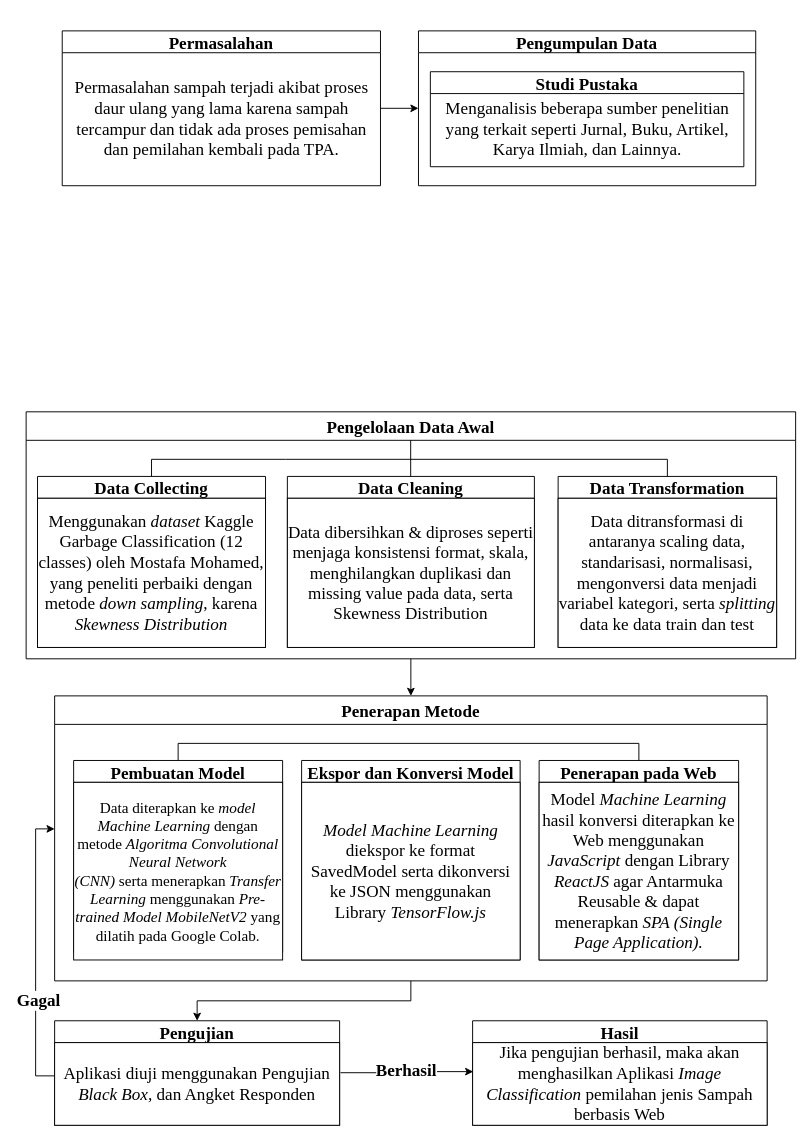
Earlier version of the draw.io diagram Copy of Copy of Copy of Copy of Copy of mindmap.drawio (virgiawankusuma/drawio-archive-skripsi). Source tidied: cells renumbered, new cells numbered last; positions are measured from the earlier drawing's top-left corner, leaving out a move shared by most shapes. Both pictures are drawn from the tidied source at 95%, with x=0, y=0 at pixel (26, 30).
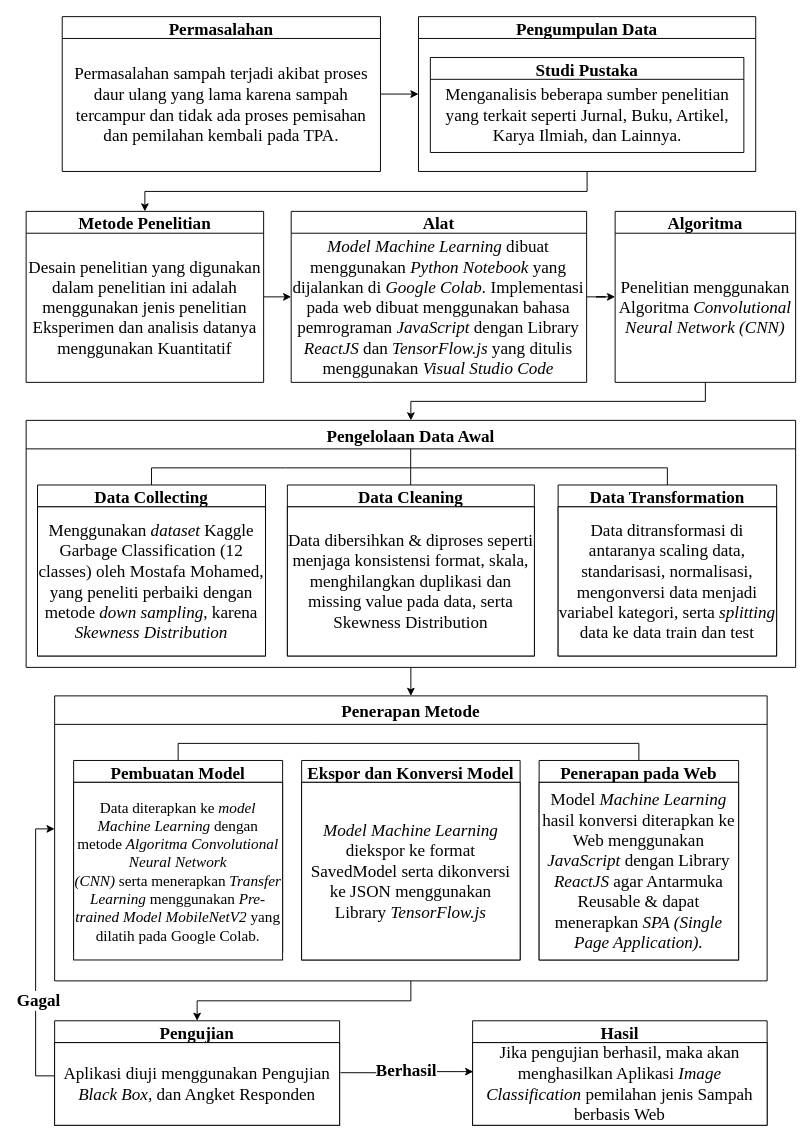
The same diagram, later.

Change to the diagram source:
```diff
@@
     <mxCell id="3" value="Pengelolaan Data Awal" style="swimlane;fontFamily=Times New Roman;fontSize=18;startSize=30;" parent="1" vertex="1">
-      <mxGeometry y="401" width="810" height="260" as="geometry" />
+      <mxGeometry y="410" width="810" height="260" as="geometry" />
     </mxCell>
@@
     <mxCell id="29" value="Permasalahan" style="swimlane;fontFamily=Times New Roman;fontSize=18;" parent="1" vertex="1">
-      <mxGeometry x="38" width="335" height="163" as="geometry" />
+      <mxGeometry x="38" y="-15" width="335" height="163" as="geometry" />
     </mxCell>
     <mxCell id="30" value="Permasalahan sampah terjadi akibat proses daur ulang yang lama karena sampah tercampur dan tidak ada proses pemisahan dan pemilahan kembali pada TPA." style="text;whiteSpace=wrap;html=1;fontSize=18;fontFamily=Times New Roman;align=center;verticalAlign=middle;" parent="29" vertex="1">
-      <mxGeometry x="3" y="23" width="330" height="140" as="geometry" />
+      <mxGeometry y="23" width="335" height="140" as="geometry" />
     </mxCell>
+    <mxCell id="34" style="edgeStyle=orthogonalEdgeStyle;rounded=0;jettySize=auto;html=1;exitX=0.5;exitY=1;exitDx=0;exitDy=0;entryX=0.5;entryY=0;entryDx=0;entryDy=0;fontFamily=Times New Roman;fontSize=18;" parent="1" edge="1" source="31" target="36">
+      <mxGeometry relative="1" as="geometry" />
+    </mxCell>
     <mxCell id="31" value="Pengumpulan Data" style="swimlane;fontFamily=Times New Roman;fontSize=18;" parent="1" vertex="1">
-      <mxGeometry x="413" width="355" height="163" as="geometry" />
+      <mxGeometry x="413" y="-15" width="355" height="163" as="geometry" />
     </mxCell>
@@
+    <mxCell id="35" style="edgeStyle=orthogonalEdgeStyle;rounded=0;jettySize=auto;html=1;exitX=1;exitY=0.5;exitDx=0;exitDy=0;entryX=0;entryY=0.5;entryDx=0;entryDy=0;fontFamily=Times New Roman;fontSize=18;" parent="1" edge="1" source="36" target="39">
+      <mxGeometry relative="1" as="geometry" />
+    </mxCell>
+    <mxCell id="36" value="Metode Penelitian" style="swimlane;fontFamily=Times New Roman;fontSize=18;" parent="1" vertex="1">
+      <mxGeometry y="190" width="250" height="180" as="geometry" />
+    </mxCell>
+    <mxCell id="37" value="Desain penelitian yang digunakan dalam penelitian ini adalah menggunakan jenis penelitian Eksperimen dan analisis datanya menggunakan Kuantitatif" style="text;whiteSpace=wrap;html=1;fontSize=18;fontFamily=Times New Roman;align=center;verticalAlign=middle;" parent="36" vertex="1">
+      <mxGeometry y="23" width="250" height="157" as="geometry" />
+    </mxCell>
+    <mxCell id="38" style="edgeStyle=orthogonalEdgeStyle;rounded=0;jettySize=auto;html=1;entryX=0;entryY=0.5;entryDx=0;entryDy=0;fontFamily=Times New Roman;fontSize=18;" parent="1" edge="1" source="39" target="41">
+      <mxGeometry relative="1" as="geometry" />
+    </mxCell>
+    <mxCell id="39" value="Alat" style="swimlane;fontFamily=Times New Roman;fontSize=18;" parent="1" vertex="1">
+      <mxGeometry x="279" y="190" width="311" height="180" as="geometry" />
+    </mxCell>
+    <mxCell id="40" value="&lt;i&gt;&lt;span&gt;Model Machine Learning&lt;/span&gt;&lt;/i&gt;&lt;span&gt; dibuat menggunakan &lt;i&gt;Python&lt;/i&gt; &lt;i&gt;Notebook&lt;/i&gt; yang dijalankan di &lt;i&gt;Google Colab.&amp;nbsp;&lt;/i&gt;&lt;/span&gt;Implementasi pada web dibuat menggunakan bahasa pemrograman &lt;i&gt;JavaScript &lt;/i&gt;dengan Library &lt;i&gt;ReactJS &lt;/i&gt;dan &lt;i&gt;TensorFlow.js&lt;/i&gt; yang ditulis menggunakan &lt;i&gt;Visual Studio Code&lt;/i&gt;" style="text;whiteSpace=wrap;html=1;fontSize=18;fontFamily=Times New Roman;align=center;verticalAlign=middle;" parent="39" vertex="1">
+      <mxGeometry y="23" width="310" height="157" as="geometry" />
+    </mxCell>
+    <mxCell id="41" value="Algoritma" style="swimlane;fontFamily=Times New Roman;fontSize=18;" parent="1" vertex="1">
+      <mxGeometry x="620" y="190" width="190" height="180" as="geometry" />
+    </mxCell>
+    <mxCell id="42" value="Penelitian menggunakan Algoritma &lt;i&gt;Convolutional Neural Network (CNN)&lt;/i&gt;" style="text;whiteSpace=wrap;html=1;fontSize=18;fontFamily=Times New Roman;align=center;verticalAlign=middle;" parent="41" vertex="1">
+      <mxGeometry y="23" width="190" height="157" as="geometry" />
+    </mxCell>
+    <mxCell id="43" style="edgeStyle=orthogonalEdgeStyle;rounded=0;jettySize=auto;html=1;exitX=0.5;exitY=1;exitDx=0;exitDy=0;entryX=0.5;entryY=0;entryDx=0;entryDy=0;fontFamily=Times New Roman;fontSize=17;" parent="1" edge="1" source="42" target="3">
+      <mxGeometry relative="1" as="geometry" />
+    </mxCell>
```
